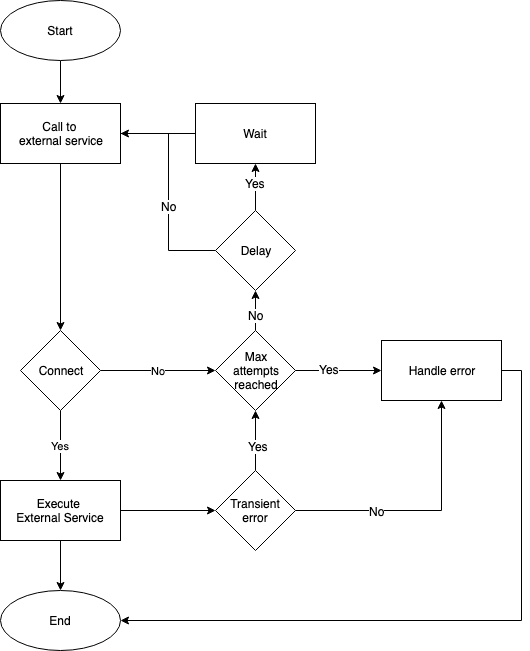
Before: Retry_pattern_flow.png, a diagram exported from draw.io (ldavidgomez/retry-pattern). Source tidied: cells renumbered, new cells last; positions are measured from the earlier drawing's top-left corner, leaving out a move shared by most shapes.
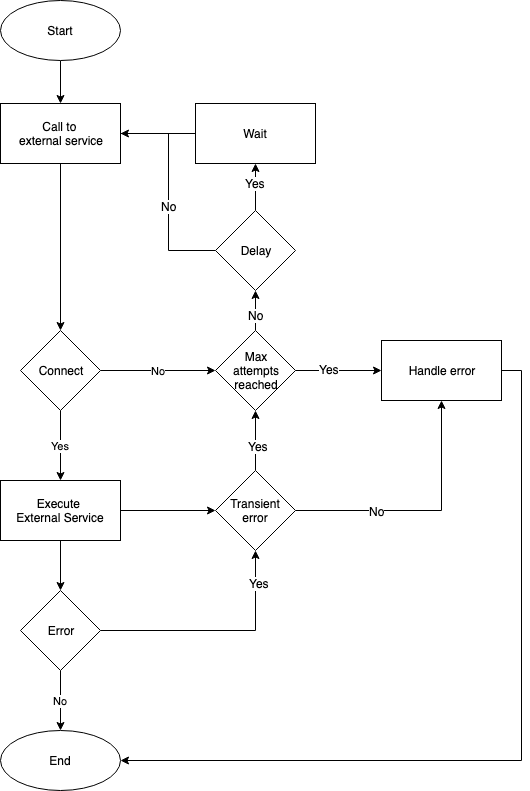
After the change.

Commit message:
Change retry pattern flow image

Diff of the diagram source:
```diff
@@ -14,7 +14,7 @@
     <mxCell id="5" value="Call to &lt;br&gt;external service" style="rounded=0;whiteSpace=wrap;html=1;" parent="1" vertex="1">
       <mxGeometry y="103" width="120" height="60" as="geometry" />
     </mxCell>
-    <mxCell id="6" value="Yes" style="edgeStyle=orthogonalEdgeStyle;rounded=0;jettySize=auto;html=1;exitX=0.5;exitY=1;exitDx=0;exitDy=0;entryX=0.5;entryY=0;entryDx=0;entryDy=0;" parent="1" edge="1" source="8" target="11">
+    <mxCell id="6" value="&lt;span&gt;Yes&lt;/span&gt;" style="edgeStyle=orthogonalEdgeStyle;rounded=0;jettySize=auto;html=1;exitX=0.5;exitY=1;exitDx=0;exitDy=0;entryX=0.5;entryY=0;entryDx=0;entryDy=0;" parent="1" edge="1" source="8" target="11">
       <mxGeometry relative="1" as="geometry" />
     </mxCell>
     <mxCell id="7" value="No" style="edgeStyle=orthogonalEdgeStyle;rounded=0;jettySize=auto;html=1;entryX=0;entryY=0.5;entryDx=0;entryDy=0;" parent="1" edge="1" source="8" target="17">
@@ -23,17 +23,17 @@
     <mxCell id="8" value="Connect" style="rhombus;whiteSpace=wrap;html=1;" parent="1" vertex="1">
       <mxGeometry x="20" y="330" width="80" height="80" as="geometry" />
     </mxCell>
-    <mxCell id="9" style="edgeStyle=orthogonalEdgeStyle;rounded=0;jettySize=auto;html=1;exitX=0.5;exitY=1;exitDx=0;exitDy=0;entryX=0.5;entryY=0;entryDx=0;entryDy=0;" parent="1" edge="1" source="11" target="12">
-      <mxGeometry relative="1" as="geometry" />
-    </mxCell>
     <mxCell id="10" style="edgeStyle=orthogonalEdgeStyle;rounded=0;jettySize=auto;html=1;exitX=1;exitY=0.5;exitDx=0;exitDy=0;entryX=0;entryY=0.5;entryDx=0;entryDy=0;" parent="1" edge="1" source="11" target="31">
       <mxGeometry relative="1" as="geometry" />
     </mxCell>
+    <mxCell id="32" style="edgeStyle=orthogonalEdgeStyle;rounded=0;jettySize=auto;html=1;exitX=0.5;exitY=1;exitDx=0;exitDy=0;entryX=0.5;entryY=0;entryDx=0;entryDy=0;startArrow=none;startFill=0;endArrow=classic;endFill=1;" parent="1" edge="1" source="11" target="36">
+      <mxGeometry relative="1" as="geometry" />
+    </mxCell>
     <mxCell id="11" value="Execute &lt;br&gt;External Service" style="rounded=0;whiteSpace=wrap;html=1;" parent="1" vertex="1">
       <mxGeometry y="480" width="120" height="60" as="geometry" />
     </mxCell>
     <mxCell id="12" value="End" style="ellipse;whiteSpace=wrap;html=1;" parent="1" vertex="1">
-      <mxGeometry y="590" width="120" height="60" as="geometry" />
+      <mxGeometry y="730" width="120" height="60" as="geometry" />
     </mxCell>
     <mxCell id="13" style="edgeStyle=orthogonalEdgeStyle;rounded=0;jettySize=auto;html=1;exitX=0;exitY=0.5;exitDx=0;exitDy=0;" parent="1" edge="1" source="14" target="5">
       <mxGeometry relative="1" as="geometry" />
@@ -92,5 +92,17 @@
     <mxCell id="31" value="Transient&lt;br&gt;error&lt;br&gt;" style="rhombus;whiteSpace=wrap;html=1;" parent="1" vertex="1">
       <mxGeometry x="215" y="470" width="80" height="80" as="geometry" />
     </mxCell>
+    <mxCell id="33" value="No" style="edgeStyle=orthogonalEdgeStyle;rounded=0;jettySize=auto;html=1;exitX=0.5;exitY=1;exitDx=0;exitDy=0;entryX=0.5;entryY=0;entryDx=0;entryDy=0;startArrow=none;startFill=0;endArrow=classic;endFill=1;" parent="1" edge="1" source="36" target="12">
+      <mxGeometry relative="1" as="geometry" />
+    </mxCell>
+    <mxCell id="34" style="edgeStyle=orthogonalEdgeStyle;rounded=0;jettySize=auto;html=1;exitX=1;exitY=0.5;exitDx=0;exitDy=0;entryX=0.5;entryY=1;entryDx=0;entryDy=0;startArrow=none;startFill=0;endArrow=classic;endFill=1;" parent="1" edge="1" source="36" target="31">
+      <mxGeometry relative="1" as="geometry" />
+    </mxCell>
+    <mxCell id="35" value="Yes" style="text;html=1;align=center;verticalAlign=middle;labelBackgroundColor=#ffffff;" parent="34" vertex="1">
+      <mxGeometry x="0.73" y="-3" relative="1" as="geometry" />
+    </mxCell>
+    <mxCell id="36" value="Error&lt;br&gt;" style="rhombus;whiteSpace=wrap;html=1;" parent="1" vertex="1">
+      <mxGeometry x="20" y="590" width="80" height="80" as="geometry" />
+    </mxCell>
   </root>
 </mxGraphModel>
```
